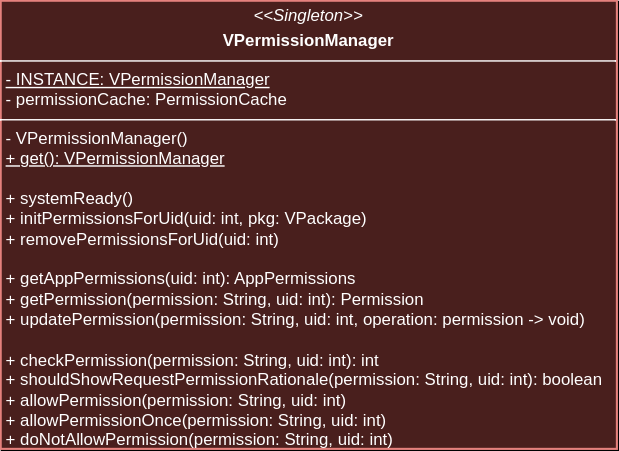
Above: images/management-core.svg in alberto-lazari/masters-thesis (draw.io), before the change. Source tidied: cells renumbered, new cells last; positions are measured from the earlier drawing's top-left corner, leaving out a move shared by most shapes.
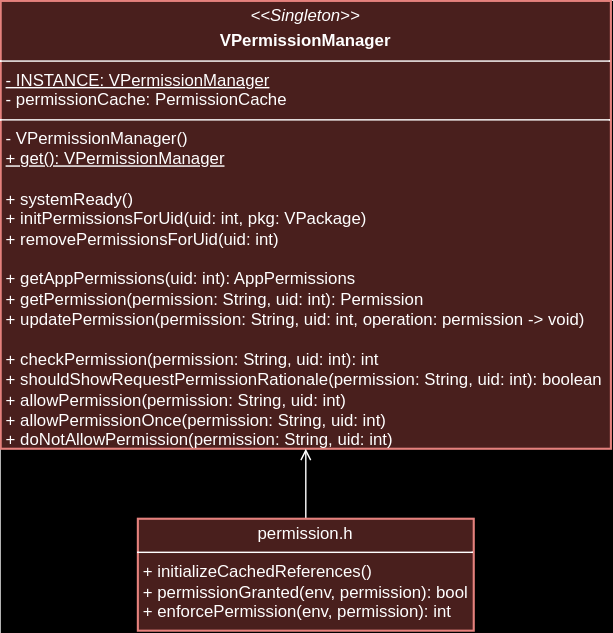
After the change.

Change to the diagram source:
```diff
@@ -3,7 +3,13 @@
     <mxCell id="0" />
     <mxCell id="1" parent="0" />
     <mxCell id="2" value="&lt;p style=&quot;margin:0px;margin-top:4px;text-align:center;&quot;&gt;&lt;i&gt;&amp;lt;&amp;lt;Singleton&amp;gt;&amp;gt;&lt;/i&gt;&lt;/p&gt;&lt;p style=&quot;margin:0px;margin-top:4px;text-align:center;&quot;&gt;&lt;b&gt;VPermissionManager&lt;/b&gt;&lt;b&gt;&lt;br&gt;&lt;/b&gt;&lt;/p&gt;&lt;hr size=&quot;1&quot; style=&quot;border-style:solid;&quot;&gt;&lt;p style=&quot;margin:0px;margin-left:4px;&quot;&gt;&lt;u&gt;- INSTANCE: VPermissionManager&lt;/u&gt;&lt;br&gt;&lt;/p&gt;&lt;p style=&quot;margin:0px;margin-left:4px;&quot;&gt;- permissionCache: PermissionCache&lt;/p&gt;&lt;hr size=&quot;1&quot; style=&quot;border-style:solid;&quot;&gt;&lt;p style=&quot;margin:0px;margin-left:4px;&quot;&gt;- VPermissionManager()&lt;/p&gt;&lt;p style=&quot;margin:0px;margin-left:4px;&quot;&gt;&lt;u&gt;+ get(): VPermissionManager&lt;/u&gt;&lt;/p&gt;&lt;p style=&quot;margin:0px;margin-left:4px;&quot;&gt;&lt;u&gt;&lt;br&gt;&lt;/u&gt;&lt;/p&gt;&lt;p style=&quot;margin:0px;margin-left:4px;&quot;&gt;+ systemReady()&lt;/p&gt;&lt;p style=&quot;margin: 0px 0px 0px 4px;&quot;&gt;+ initPermissionsForUid(uid: int, pkg: VPackage)&lt;/p&gt;&lt;p style=&quot;margin: 0px 0px 0px 4px;&quot;&gt;+ removePermissionsForUid(uid: int)&lt;/p&gt;&lt;p style=&quot;margin: 0px 0px 0px 4px;&quot;&gt;&lt;br&gt;&lt;/p&gt;&lt;p style=&quot;margin:0px;margin-left:4px;&quot;&gt;+ getAppPermissions(uid: int): AppPermissions&lt;/p&gt;&lt;p style=&quot;margin:0px;margin-left:4px;&quot;&gt;+ getPermission(permission: String, uid: int): Permission&lt;/p&gt;&lt;p style=&quot;margin:0px;margin-left:4px;&quot;&gt;+ updatePermission(permission: String, uid: int, operation: permission -&amp;gt; void)&lt;/p&gt;&lt;p style=&quot;margin:0px;margin-left:4px;&quot;&gt;&lt;br&gt;&lt;/p&gt;&lt;p style=&quot;margin:0px;margin-left:4px;&quot;&gt;+ checkPermission(permission: String, uid: int): int&lt;/p&gt;&lt;p style=&quot;margin:0px;margin-left:4px;&quot;&gt;+&amp;nbsp;shouldShowRequestPermissionRationale(permission: String, uid: int): boolean&lt;/p&gt;&lt;p style=&quot;margin:0px;margin-left:4px;&quot;&gt;+ allowPermission(permission: String, uid: int)&lt;/p&gt;&lt;p style=&quot;margin:0px;margin-left:4px;&quot;&gt;+ allowPermissionOnce(permission: String, uid: int)&lt;br&gt;&lt;/p&gt;&lt;p style=&quot;margin:0px;margin-left:4px;&quot;&gt;+ doNotAllowPermission(permission: String, uid: int)&lt;/p&gt;&lt;p style=&quot;margin:0px;margin-left:4px;&quot;&gt;&lt;span style=&quot;caret-color: rgba(0, 0, 0, 0); color: rgba(0, 0, 0, 0); font-family: monospace; font-size: 0px; white-space: nowrap;&quot;&gt;%3CmxGraphModel%3E%3Croot%3E%3CmxCell%20id%3D%220%22%2F%3E%3CmxCell%20id%3D%221%22%20parent%3D%220%22%2F%3E%3CmxCell%20id%3D%222%22%20value%3D%22%26lt%3Bp%20style%3D%26quot%3Bmargin%3A0px%3Bmargin-top%3A4px%3Btext-align%3Acenter%3B%26quot%3B%26gt%3B%26lt%3Bb%26gt%3BPermissionManagerServiceImpl%26lt%3B%2Fb%26gt%3B%26lt%3B%2Fp%26gt%3B%26lt%3Bhr%20size%3D%26quot%3B1%26quot%3B%20style%3D%26quot%3Bborder-style%3Asolid%3B%26quot%3B%26gt%3B%26lt%3Bp%20style%3D%26quot%3Bmargin%3A0px%3Bmargin-left%3A4px%3B%26quot%3B%26gt%3B%26lt%3Bbr%26gt%3B%26lt%3B%2Fp%26gt%3B%26lt%3Bhr%20size%3D%26quot%3B1%26quot%3B%20style%3D%26quot%3Bborder-style%3Asolid%3B%26quot%3B%26gt%3B%26lt%3Bp%20style%3D%26quot%3Bmargin%3A0px%3Bmargin-left%3A4px%3B%26quot%3B%26gt%3B%2B%20restorePermissionState()%26lt%3B%2Fp%26gt%3B%22%20style%3D%22verticalAlign%3Dtop%3Balign%3Dleft%3Boverflow%3Dfill%3Bhtml%3D1%3BwhiteSpace%3Dwrap%3B%22%20vertex%3D%221%22%20parent%3D%221%22%3E%3CmxGeometry%20x%3D%22460%22%20y%3D%22305%22%20width%3D%22200%22%20height%3D%2290%22%20as%3D%22geometry%22%2F%3E%3C%2FmxCell%3E%3C%2Froot%3E%3C%2FmxGraphModel%&lt;/span&gt;&lt;/p&gt;" style="verticalAlign=top;align=left;overflow=fill;html=1;whiteSpace=wrap;strokeWidth=1.5;comic=0;strokeColor=#b85450;fillColor=#f8cecc;" parent="1" vertex="1">
-      <mxGeometry width="440" height="320" as="geometry" />
+      <mxGeometry width="436" height="320" as="geometry" />
     </mxCell>
+    <mxCell id="3" style="edgeStyle=orthogonalEdgeStyle;rounded=0;jettySize=auto;html=1;endArrow=open;endFill=0;" parent="1" edge="1" source="4" target="2">
+      <mxGeometry relative="1" as="geometry" />
+    </mxCell>
+    <mxCell id="4" value="&lt;p style=&quot;margin:0px;margin-top:4px;text-align:center;&quot;&gt;permission.h&lt;/p&gt;&lt;hr size=&quot;1&quot; style=&quot;border-style:solid;&quot;&gt;&lt;p style=&quot;margin:0px;margin-left:4px;&quot;&gt;+&amp;nbsp;initializeCachedReferences()&lt;/p&gt;&lt;p style=&quot;margin:0px;margin-left:4px;&quot;&gt;+ permissionGranted(env, permission): bool&lt;/p&gt;&lt;p style=&quot;margin:0px;margin-left:4px;&quot;&gt;+ enforcePermission(env, permission): int&lt;/p&gt;&lt;p style=&quot;margin:0px;margin-left:4px;&quot;&gt;&lt;span style=&quot;caret-color: rgba(0, 0, 0, 0); color: rgba(0, 0, 0, 0); font-family: monospace; font-size: 0px; white-space: nowrap;&quot;&gt;%3CmxGraphModel%3E%3Croot%3E%3CmxCell%20id%3D%220%22%2F%3E%3CmxCell%20id%3D%221%22%20parent%3D%220%22%2F%3E%3CmxCell%20id%3D%222%22%20value%3D%22%26lt%3Bp%20style%3D%26quot%3Bmargin%3A0px%3Bmargin-top%3A4px%3Btext-align%3Acenter%3B%26quot%3B%26gt%3B%26lt%3Bb%26gt%3BPermissionManagerServiceImpl%26lt%3B%2Fb%26gt%3B%26lt%3B%2Fp%26gt%3B%26lt%3Bhr%20size%3D%26quot%3B1%26quot%3B%20style%3D%26quot%3Bborder-style%3Asolid%3B%26quot%3B%26gt%3B%26lt%3Bp%20style%3D%26quot%3Bmargin%3A0px%3Bmargin-left%3A4px%3B%26quot%3B%26gt%3B%26lt%3Bbr%26gt%3B%26lt%3B%2Fp%26gt%3B%26lt%3Bhr%20size%3D%26quot%3B1%26quot%3B%20style%3D%26quot%3Bborder-style%3Asolid%3B%26quot%3B%26gt%3B%26lt%3Bp%20style%3D%26quot%3Bmargin%3A0px%3Bmargin-left%3A4px%3B%26quot%3B%26gt%3B%2B%20restorePermissionState()%26lt%3B%2Fp%26gt%3B%22%20style%3D%22verticalAlign%3Dtop%3Balign%3Dleft%3Boverflow%3Dfill%3Bhtml%3D1%3BwhiteSpace%3Dwrap%3B%22%20vertex%3D%221%22%20parent%3D%221%22%3E%3CmxGeometry%20x%3D%22460%22%20y%3D%22305%22%20width%3D%22200%22%20height%3D%2290%22%20as%3D%22geometry%22%2F%3E%3C%2FmxCell%3E%3C%2Froot%3E%3C%2FmxGraphModel%&lt;/span&gt;&lt;/p&gt;" style="verticalAlign=top;align=left;overflow=fill;html=1;whiteSpace=wrap;strokeWidth=1.5;comic=0;strokeColor=#b85450;fillColor=#f8cecc;" parent="1" vertex="1">
+      <mxGeometry x="98" y="370" width="240" height="80" as="geometry" />
+    </mxCell>
   </root>
 </mxGraphModel>
```
